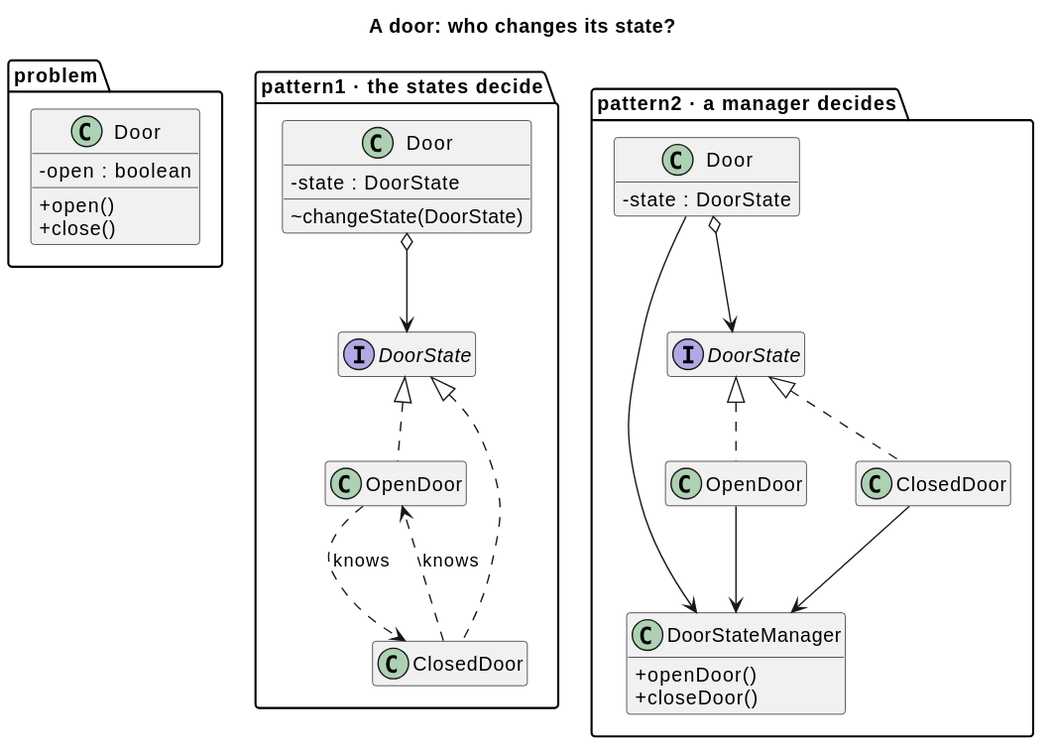
Earlier version of the PlantUML export src/main/java/dev/kaldiroglu/dp/behavioral/state/door/uml/State - Door - Class Diagram.svg (kaldiroglu/DesignPatternsWithJava).
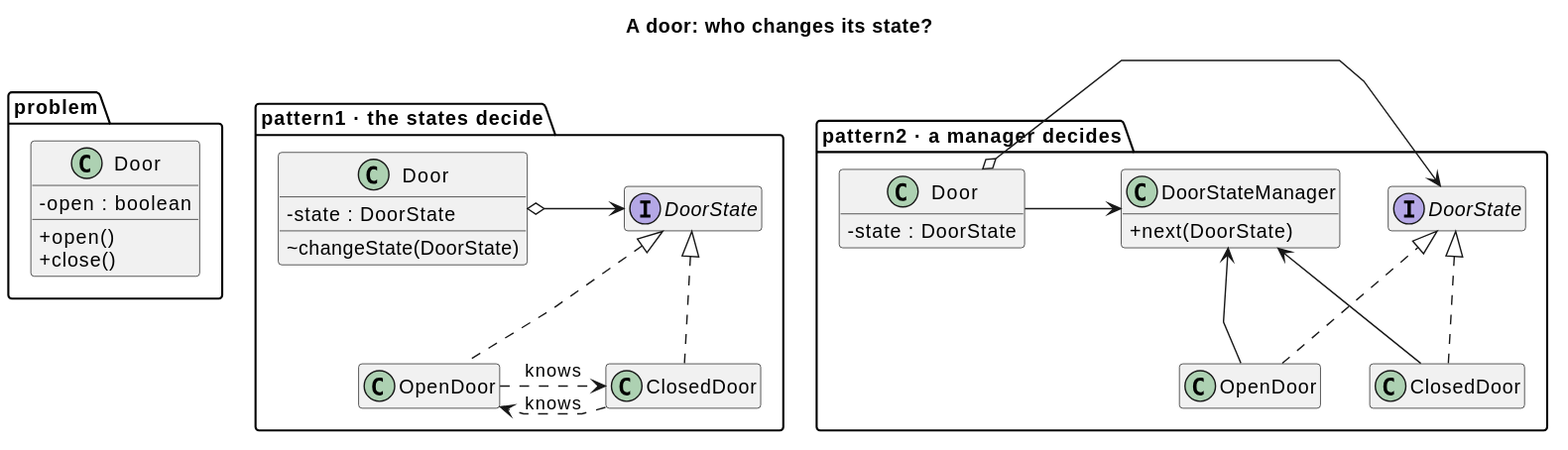
Later version of the same file.

Change to the diagram source:
```diff
@@ -1,4 +1,5 @@
 @startuml
+skinparam linetype polyline
 skinparam classAttributeIconSize 0
 hide empty members
 title A door: who changes its state?
@@ -18,30 +19,29 @@
   interface "DoorState" as S1
   class "OpenDoor" as O1
   class "ClosedDoor" as C1
-  D1 o--> S1
   S1 <|.. O1
   S1 <|.. C1
-  O1 ..> C1 : knows
-  C1 ..> O1 : knows
 }
 package "pattern2 · a manager decides" {
   class "Door" as D2 {
     - state : DoorState
   }
   class DoorStateManager {
-    + openDoor()
-    + closeDoor()
+    + next(DoorState)
   }
   interface "DoorState" as S2
   class "OpenDoor" as O2
   class "ClosedDoor" as C2
-  D2 o--> S2
-  D2 --> DoorStateManager
   S2 <|.. O2
   S2 <|.. C2
-  O2 --> DoorStateManager
-  C2 --> DoorStateManager
 }
 D0 -[hidden]right- D1
 D1 -[hidden]right- D2
+  D1 o-[norank]-> S1
+  O1 .[norank].> C1 : knows
+  C1 .[norank].> O1 : knows
+  D2 o-[norank]-> S2
+  D2 -[norank]-> DoorStateManager
+  O2 -[norank]-> DoorStateManager
+  C2 -[norank]-> DoorStateManager
 @enduml
```
